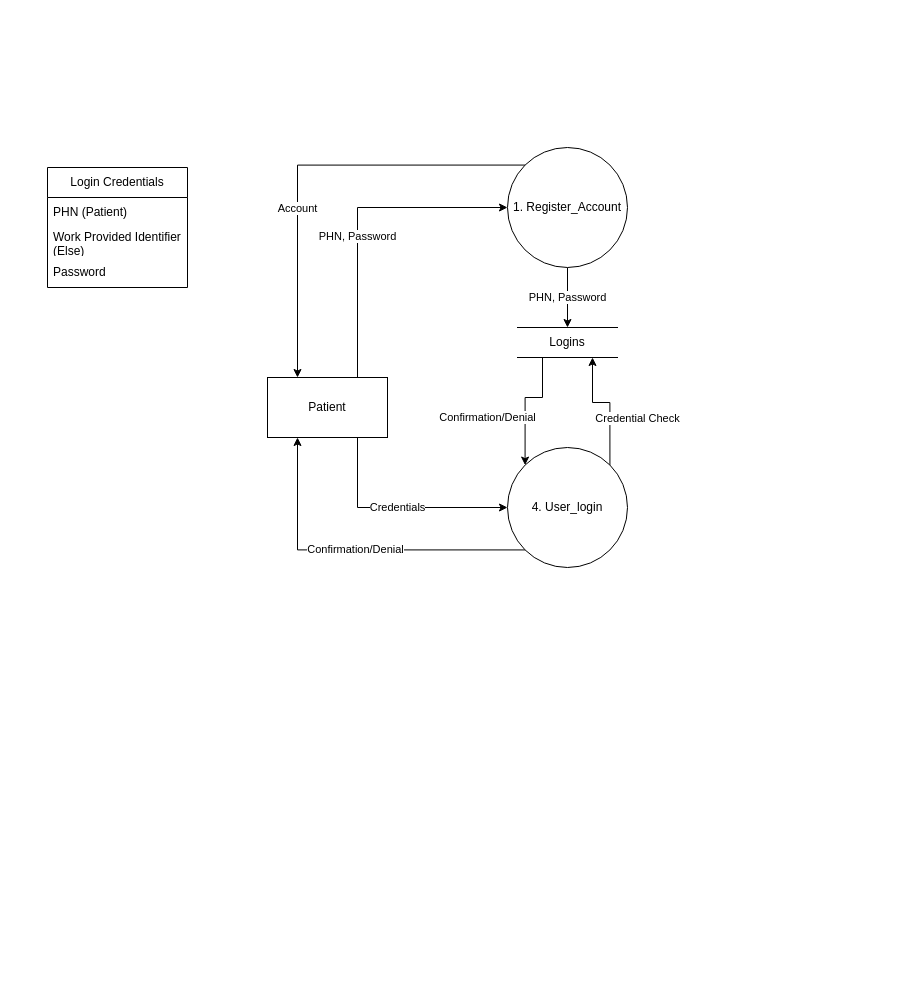
Earlier version of the draw.io diagram Milestone2/Diagrams/DFD1.drawio (SENG-350-2024-fall/Team5). Source tidied: cells renumbered, new cells numbered last; positions are measured from the earlier drawing's top-left corner, leaving out a move shared by most shapes. Both pictures are drawn from the tidied source at 100%, with x=0, y=0 at pixel (47, 147).
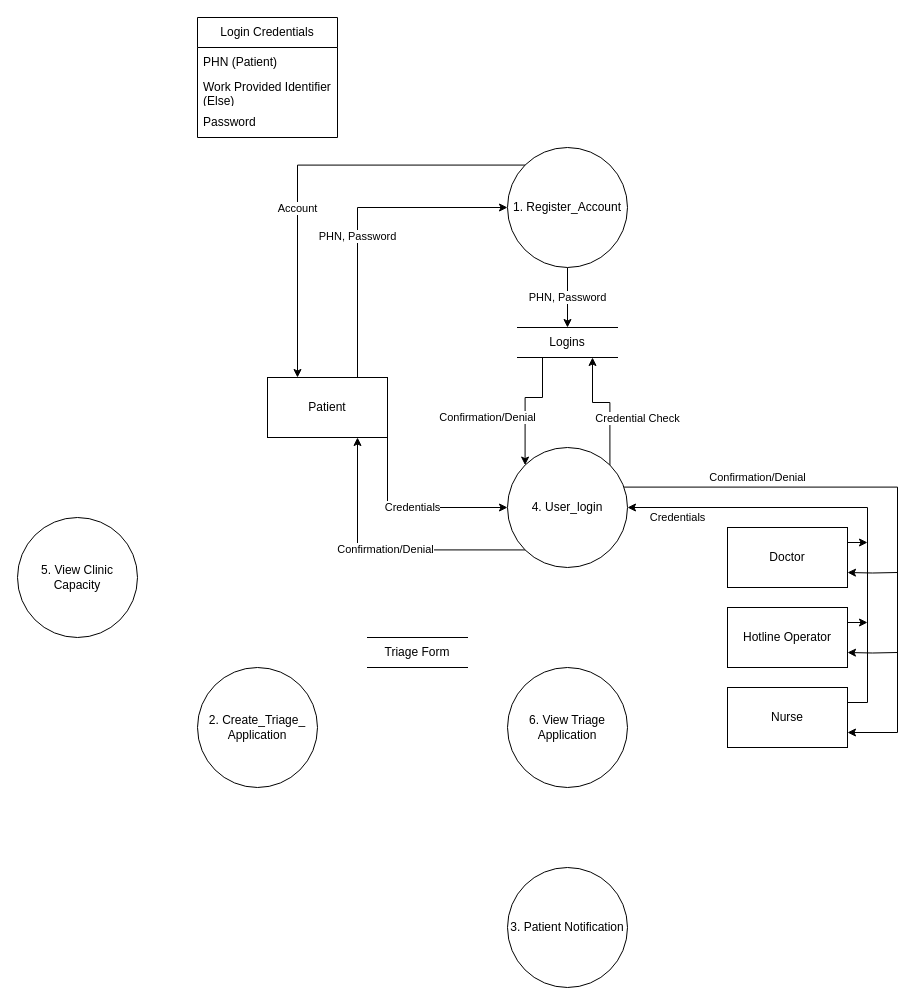
Above is the later version.

Unchanged cells that the change refers to:
```xml
<mxCell id="4" value="Patient" style="rounded=0;whiteSpace=wrap;html=1;" parent="1" vertex="1">
  <mxGeometry x="220" y="230" width="120" height="60" as="geometry" />
</mxCell>
```

What changed in the source:
```diff
@@
-    <mxCell id="3" value="Credentials" style="edgeStyle=orthogonalEdgeStyle;rounded=0;jettySize=auto;html=1;exitX=0.75;exitY=1;exitDx=0;exitDy=0;entryX=0;entryY=0.5;entryDx=0;entryDy=0;" parent="1" edge="1" source="4" target="12">
+    <mxCell id="3" value="Credentials" style="edgeStyle=orthogonalEdgeStyle;rounded=0;jettySize=auto;html=1;exitX=1;exitY=1;exitDx=0;exitDy=0;entryX=0;entryY=0.5;entryDx=0;entryDy=0;" parent="1" edge="1" source="4" target="12">
       <mxGeometry relative="1" as="geometry" />
     </mxCell>
@@
-    <mxCell id="11" value="Confirmation/Denial" style="edgeStyle=orthogonalEdgeStyle;rounded=0;jettySize=auto;html=1;exitX=0;exitY=1;exitDx=0;exitDy=0;entryX=0.25;entryY=1;entryDx=0;entryDy=0;" parent="1" edge="1" source="12" target="4">
+    <mxCell id="11" value="Confirmation/Denial" style="edgeStyle=orthogonalEdgeStyle;rounded=0;jettySize=auto;html=1;exitX=0;exitY=1;exitDx=0;exitDy=0;entryX=0.75;entryY=1;entryDx=0;entryDy=0;" parent="1" edge="1" source="12" target="4">
       <mxGeometry relative="1" as="geometry" />
     </mxCell>
+    <mxCell id="17" value="Confirmation/Denial" style="edgeStyle=orthogonalEdgeStyle;rounded=0;jettySize=auto;html=1;exitX=0.97;exitY=0.33;exitDx=0;exitDy=0;exitPerimeter=0;entryX=1;entryY=0.75;entryDx=0;entryDy=0;" parent="1" edge="1" source="12" target="26">
+      <mxGeometry x="-0.53" y="10" relative="1" as="geometry">
+        <Array as="points">
+          <mxPoint x="850" y="340" />
+          <mxPoint x="850" y="585" />
+        </Array>
+      </mxGeometry>
+    </mxCell>
-    <mxCell id="12" value="4. User_login" style="ellipse;whiteSpace=wrap;html=1;" parent="1" vertex="1">
+    <mxCell id="12" value="4. User_login" style="ellipse;whiteSpace=wrap;html=1;points=[[0,0,0,0,0],[0,0.5,0,0,0],[0,1,0,0,0],[0.5,0,0,0,0],[0.5,1,0,0,0],[0.97,0.33,0,0,0],[1,0.5,0,0,0],[1,1,0,0,0]];" parent="1" vertex="1">
       <mxGeometry x="460" y="300" width="120" height="120" as="geometry" />
     </mxCell>
     <mxCell id="13" value="Login Credentials" style="swimlane;fontStyle=0;horizontal=1;startSize=30;whiteSpace=wrap;html=1;" parent="1" vertex="1">
-      <mxGeometry y="20" width="140" height="120" as="geometry" />
+      <mxGeometry x="150" y="-130" width="140" height="120" as="geometry" />
     </mxCell>
@@
+    <mxCell id="18" style="edgeStyle=orthogonalEdgeStyle;rounded=0;jettySize=auto;html=1;exitX=1;exitY=0.25;exitDx=0;exitDy=0;" parent="1" edge="1" source="20">
+      <mxGeometry relative="1" as="geometry">
+        <mxPoint x="820" y="395" as="targetPoint" />
+      </mxGeometry>
+    </mxCell>
+    <mxCell id="19" style="edgeStyle=orthogonalEdgeStyle;rounded=0;jettySize=auto;html=1;exitX=1;exitY=0.75;exitDx=0;exitDy=0;entryX=1;entryY=0.75;entryDx=0;entryDy=0;" parent="1" edge="1" target="20">
+      <mxGeometry relative="1" as="geometry">
+        <mxPoint x="850" y="425" as="sourcePoint" />
+      </mxGeometry>
+    </mxCell>
+    <mxCell id="20" value="Doctor" style="rounded=0;whiteSpace=wrap;html=1;" parent="1" vertex="1">
+      <mxGeometry x="680" y="380" width="120" height="60" as="geometry" />
+    </mxCell>
+    <mxCell id="21" value="2. Create_Triage_ Application" style="ellipse;whiteSpace=wrap;html=1;" parent="1" vertex="1">
+      <mxGeometry x="150" y="520" width="120" height="120" as="geometry" />
+    </mxCell>
+    <mxCell id="22" value="3. Patient Notification" style="ellipse;whiteSpace=wrap;html=1;" parent="1" vertex="1">
+      <mxGeometry x="460" y="720" width="120" height="120" as="geometry" />
+    </mxCell>
+    <mxCell id="23" value="5. View Clinic Capacity" style="ellipse;whiteSpace=wrap;html=1;" parent="1" vertex="1">
+      <mxGeometry x="-30" y="370" width="120" height="120" as="geometry" />
+    </mxCell>
+    <mxCell id="24" value="6. View Triage Application" style="ellipse;whiteSpace=wrap;html=1;" parent="1" vertex="1">
+      <mxGeometry x="460" y="520" width="120" height="120" as="geometry" />
+    </mxCell>
+    <mxCell id="25" value="Credentials" style="edgeStyle=orthogonalEdgeStyle;rounded=0;jettySize=auto;html=1;exitX=1;exitY=0.25;exitDx=0;exitDy=0;entryX=1;entryY=0.5;entryDx=0;entryDy=0;" parent="1" edge="1" source="26" target="12">
+      <mxGeometry x="0.78" y="10" relative="1" as="geometry" />
+    </mxCell>
+    <mxCell id="26" value="Nurse" style="rounded=0;whiteSpace=wrap;html=1;" parent="1" vertex="1">
+      <mxGeometry x="680" y="540" width="120" height="60" as="geometry" />
+    </mxCell>
+    <mxCell id="27" style="edgeStyle=orthogonalEdgeStyle;rounded=0;jettySize=auto;html=1;exitX=1;exitY=0.25;exitDx=0;exitDy=0;" parent="1" edge="1" source="29">
+      <mxGeometry relative="1" as="geometry">
+        <mxPoint x="820" y="475" as="targetPoint" />
+      </mxGeometry>
+    </mxCell>
+    <mxCell id="28" style="edgeStyle=orthogonalEdgeStyle;rounded=0;jettySize=auto;html=1;exitX=1;exitY=0.75;exitDx=0;exitDy=0;entryX=1;entryY=0.75;entryDx=0;entryDy=0;" parent="1" edge="1" target="29">
+      <mxGeometry relative="1" as="geometry">
+        <mxPoint x="850" y="505" as="sourcePoint" />
+      </mxGeometry>
+    </mxCell>
+    <mxCell id="29" value="Hotline Operator" style="rounded=0;whiteSpace=wrap;html=1;" parent="1" vertex="1">
+      <mxGeometry x="680" y="460" width="120" height="60" as="geometry" />
+    </mxCell>
+    <mxCell id="30" value="Triage Form" style="html=1;dashed=0;whiteSpace=wrap;shape=partialRectangle;right=0;left=0;" parent="1" vertex="1">
+      <mxGeometry x="320" y="490" width="100" height="30" as="geometry" />
+    </mxCell>
```
